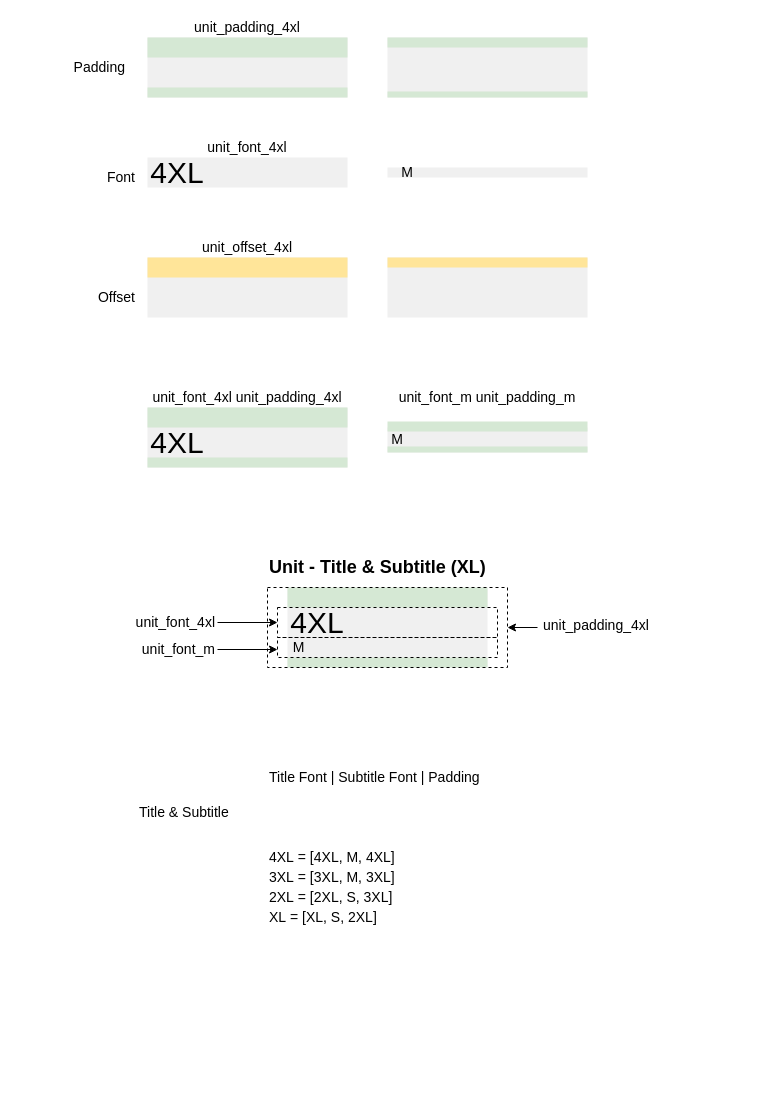
The draw.io diagram Units.drawio in ajile/draw-io, before the edit. Source tidied: cells renumbered, new cells numbered last; positions are measured from the earlier drawing's top-left corner, leaving out a move shared by most shapes. Both pictures are drawn from the tidied source at 100%, with x=0, y=0 at pixel (17, 17).
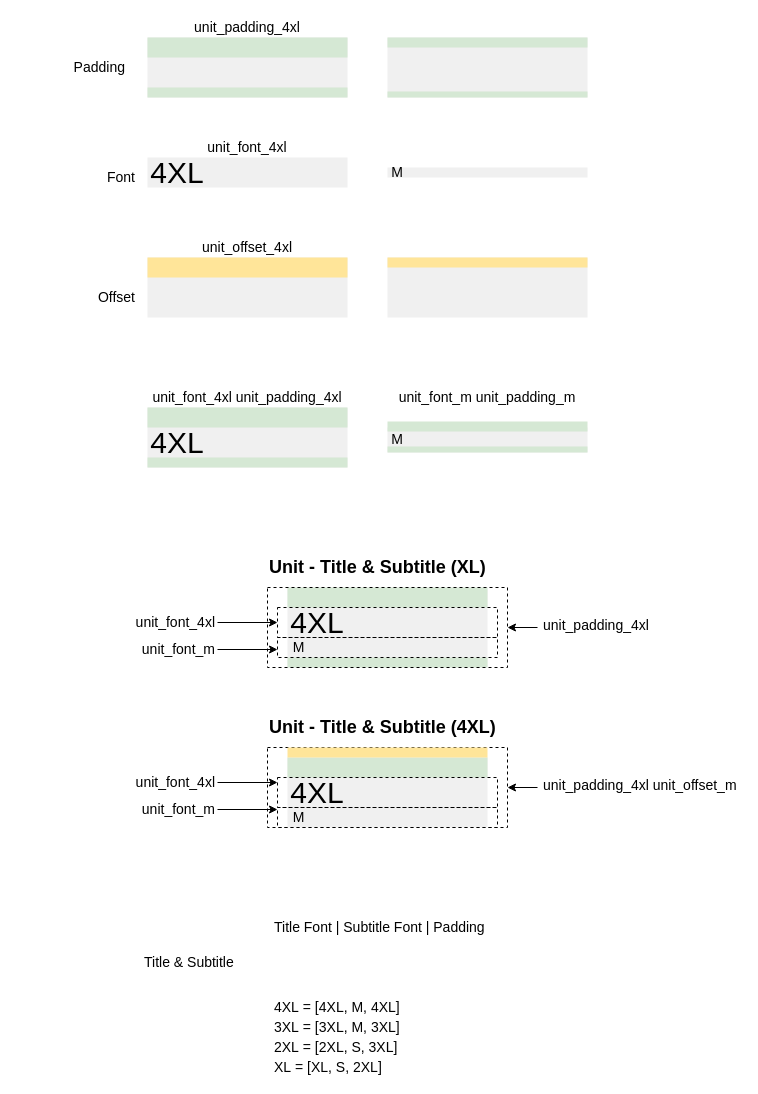
Above is the later version.

What changed in the source:
```diff
@@
+    <mxCell id="53" style="rounded=0;whiteSpace=wrap;html=1;strokeColor=#000000;fillColor=none;gradientColor=none;fontSize=14;align=right;dashed=1;" parent="1" vertex="1">
+      <mxGeometry x="250" y="730" width="240" height="80" as="geometry" />
+    </mxCell>
@@
     <mxCell id="16" value="M" style="text;html=1;strokeColor=none;fillColor=none;align=center;verticalAlign=middle;whiteSpace=wrap;rounded=0;fontSize=14;" parent="1" vertex="1">
-      <mxGeometry x="370" y="145" width="40" height="20" as="geometry" />
+      <mxGeometry x="370" y="145" width="20" height="20" as="geometry" />
     </mxCell>
@@
     <mxCell id="47" value="Title &amp; Subtitle" style="text;html=1;fontSize=14;" parent="1" vertex="1">
-      <mxGeometry x="120" y="780" width="120" height="30" as="geometry" />
+      <mxGeometry x="125" y="930" width="120" height="30" as="geometry" />
     </mxCell>
     <mxCell id="48" value="&lt;span&gt;Title Font&amp;nbsp;&lt;/span&gt;| Subtitle Font&amp;nbsp;| Padding" style="text;html=1;strokeColor=none;fillColor=none;align=left;verticalAlign=middle;whiteSpace=wrap;rounded=0;dashed=1;fontSize=14;" parent="1" vertex="1">
-      <mxGeometry x="250" y="750" width="380" height="20" as="geometry" />
+      <mxGeometry x="255" y="900" width="380" height="20" as="geometry" />
     </mxCell>
     <mxCell id="49" value="4XL&amp;nbsp;= [4XL, M, 4XL]" style="text;html=1;strokeColor=none;fillColor=none;align=left;verticalAlign=middle;whiteSpace=wrap;rounded=0;dashed=1;fontSize=14;" parent="1" vertex="1">
-      <mxGeometry x="250" y="830" width="380" height="20" as="geometry" />
+      <mxGeometry x="255" y="980" width="380" height="20" as="geometry" />
     </mxCell>
     <mxCell id="50" value="3XL&amp;nbsp;= [3XL, M, 3XL]" style="text;html=1;strokeColor=none;fillColor=none;align=left;verticalAlign=middle;whiteSpace=wrap;rounded=0;dashed=1;fontSize=14;" parent="1" vertex="1">
-      <mxGeometry x="250" y="850" width="380" height="20" as="geometry" />
+      <mxGeometry x="255" y="1000" width="380" height="20" as="geometry" />
     </mxCell>
     <mxCell id="51" value="2XL&amp;nbsp;= [2XL, S, 3XL]" style="text;html=1;strokeColor=none;fillColor=none;align=left;verticalAlign=middle;whiteSpace=wrap;rounded=0;dashed=1;fontSize=14;" parent="1" vertex="1">
-      <mxGeometry x="250" y="870" width="380" height="20" as="geometry" />
+      <mxGeometry x="255" y="1020" width="380" height="20" as="geometry" />
     </mxCell>
     <mxCell id="52" value="XL&amp;nbsp;= [XL, S, 2XL]" style="text;html=1;strokeColor=none;fillColor=none;align=left;verticalAlign=middle;whiteSpace=wrap;rounded=0;dashed=1;fontSize=14;" parent="1" vertex="1">
-      <mxGeometry x="250" y="890" width="380" height="20" as="geometry" />
+      <mxGeometry x="255" y="1040" width="380" height="20" as="geometry" />
     </mxCell>
+    <mxCell id="54" style="rounded=0;whiteSpace=wrap;html=1;strokeColor=none;fillColor=#F0F0F0;" parent="1" vertex="1">
+      <mxGeometry x="270" y="740" width="200" height="70" as="geometry" />
+    </mxCell>
+    <mxCell id="55" style="rounded=0;whiteSpace=wrap;html=1;strokeColor=none;fillColor=#D5E8D4;" parent="1" vertex="1">
+      <mxGeometry x="270" y="740" width="200" height="20" as="geometry" />
+    </mxCell>
+    <mxCell id="56" value="4XL" style="text;html=1;strokeColor=none;fillColor=none;align=center;verticalAlign=middle;whiteSpace=wrap;rounded=0;fontSize=30;" parent="1" vertex="1">
+      <mxGeometry x="280" y="765" width="40" height="20" as="geometry" />
+    </mxCell>
+    <mxCell id="57" value="M" style="text;html=1;strokeColor=none;fillColor=none;align=center;verticalAlign=middle;whiteSpace=wrap;rounded=0;fontSize=14;" parent="1" vertex="1">
+      <mxGeometry x="273" y="790" width="17" height="20" as="geometry" />
+    </mxCell>
+    <mxCell id="58" value="unit_font_4xl" style="text;html=1;strokeColor=none;fillColor=none;align=right;verticalAlign=middle;whiteSpace=wrap;rounded=0;fontSize=14;" parent="1" vertex="1">
+      <mxGeometry y="755" width="200" height="20" as="geometry" />
+    </mxCell>
+    <mxCell id="59" style="endArrow=classic;html=1;fontSize=14;exitX=1;exitY=0.5;exitDx=0;exitDy=0;" parent="1" edge="1" source="58">
+      <mxGeometry relative="1" as="geometry">
+        <mxPoint x="260" y="765" as="targetPoint" />
+      </mxGeometry>
+    </mxCell>
+    <mxCell id="60" style="rounded=0;whiteSpace=wrap;html=1;strokeColor=#000000;fillColor=none;gradientColor=none;fontSize=14;align=right;dashed=1;" parent="1" vertex="1">
+      <mxGeometry x="260" y="760" width="220" height="30" as="geometry" />
+    </mxCell>
+    <mxCell id="61" value="unit_font_m" style="text;html=1;strokeColor=none;fillColor=none;align=right;verticalAlign=middle;whiteSpace=wrap;rounded=0;fontSize=14;" parent="1" vertex="1">
+      <mxGeometry y="782" width="200" height="20" as="geometry" />
+    </mxCell>
+    <mxCell id="62" style="endArrow=classic;html=1;fontSize=14;exitX=1;exitY=0.5;exitDx=0;exitDy=0;" parent="1" edge="1" source="61">
+      <mxGeometry relative="1" as="geometry">
+        <mxPoint x="260" y="792" as="targetPoint" />
+      </mxGeometry>
+    </mxCell>
+    <mxCell id="63" style="rounded=0;whiteSpace=wrap;html=1;strokeColor=#000000;fillColor=none;gradientColor=none;fontSize=14;align=right;dashed=1;" parent="1" vertex="1">
+      <mxGeometry x="260" y="790" width="220" height="20" as="geometry" />
+    </mxCell>
+    <mxCell id="64" value="&lt;span&gt;unit_padding_4xl&amp;nbsp;&lt;/span&gt;unit_offset_m&lt;br&gt;" style="text;html=1;strokeColor=none;fillColor=none;align=left;verticalAlign=middle;whiteSpace=wrap;rounded=0;fontSize=14;" parent="1" vertex="1">
+      <mxGeometry x="524" y="758" width="200" height="20" as="geometry" />
+    </mxCell>
+    <mxCell id="65" style="endArrow=classic;html=1;fontSize=14;entryX=1;entryY=0.5;entryDx=0;entryDy=0;" parent="1" edge="1" target="53">
+      <mxGeometry relative="1" as="geometry">
+        <mxPoint x="520" y="770" as="sourcePoint" />
+      </mxGeometry>
+    </mxCell>
+    <mxCell id="66" value="Unit - Title &amp;amp; Subtitle (4XL)" style="text;html=1;strokeColor=none;fillColor=none;align=left;verticalAlign=middle;whiteSpace=wrap;rounded=0;dashed=1;fontSize=18;fontStyle=1;" parent="1" vertex="1">
+      <mxGeometry x="250" y="700" width="240" height="20" as="geometry" />
+    </mxCell>
+    <mxCell id="67" style="rounded=0;whiteSpace=wrap;html=1;strokeColor=none;fillColor=#FFE599;" parent="1" vertex="1">
+      <mxGeometry x="270" y="730" width="200" height="10" as="geometry" />
+    </mxCell>
```
